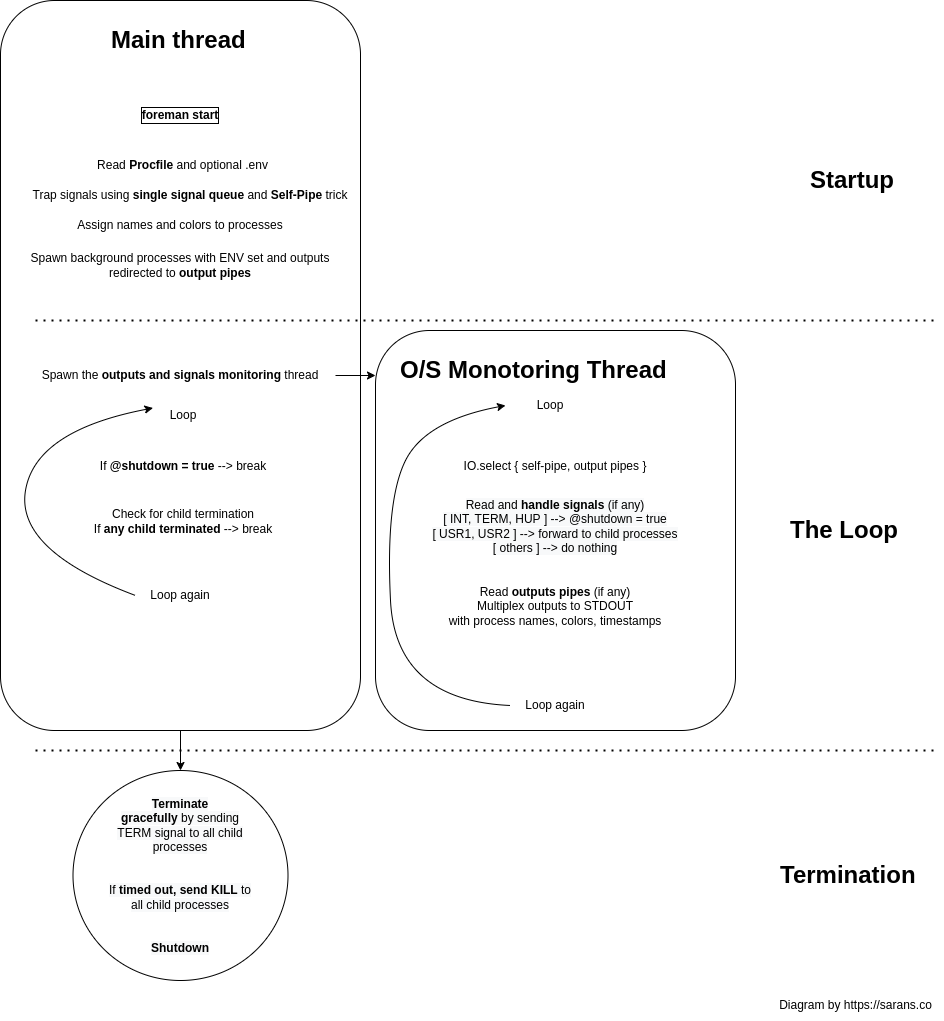
Above: _public/assets/articles/how_foreman_works/foreman.png in sarans21/blog (draw.io), before the change. Source tidied: cells renumbered, new cells last; positions are measured from the earlier drawing's top-left corner, leaving out a move shared by most shapes. Source of this version:
```xml
<mxGraphModel>
  <root>
    <mxCell id="0" />
    <mxCell id="1" parent="0" />
    <mxCell id="2" style="rounded=1;whiteSpace=wrap;html=1;labelBorderColor=default;" parent="1" vertex="1">
      <mxGeometry x="375" y="330" width="360" height="400" as="geometry" />
    </mxCell>
    <mxCell id="3" style="rounded=1;whiteSpace=wrap;html=1;labelBorderColor=default;" parent="1" vertex="1">
      <mxGeometry width="360" height="730" as="geometry" />
    </mxCell>
    <mxCell id="4" value="foreman start" style="text;html=1;strokeColor=none;fillColor=none;align=center;verticalAlign=middle;whiteSpace=wrap;rounded=0;fontStyle=1;labelBorderColor=default;" parent="1" vertex="1">
      <mxGeometry x="135" y="100" width="90" height="30" as="geometry" />
    </mxCell>
    <mxCell id="5" style="ellipse;whiteSpace=wrap;html=1;" parent="1" vertex="1">
      <mxGeometry x="72.5" y="770" width="215" height="210" as="geometry" />
    </mxCell>
    <mxCell id="6" style="endArrow=none;dashed=1;html=1;dashPattern=1 3;strokeWidth=2;rounded=0;" parent="1" edge="1">
      <mxGeometry relative="1" as="geometry">
        <mxPoint x="35" y="320" as="sourcePoint" />
        <mxPoint x="935" y="320" as="targetPoint" />
      </mxGeometry>
    </mxCell>
    <mxCell id="7" value="Read &lt;b&gt;Procfile&lt;/b&gt; and optional .env" style="text;html=1;strokeColor=none;fillColor=none;align=center;verticalAlign=middle;whiteSpace=wrap;rounded=0;" parent="1" vertex="1">
      <mxGeometry x="95" y="150" width="175" height="30" as="geometry" />
    </mxCell>
    <mxCell id="8" value="&lt;h1&gt;Startup&lt;/h1&gt;" style="text;html=1;strokeColor=none;fillColor=none;spacing=5;spacingTop=-20;whiteSpace=wrap;overflow=hidden;rounded=0;" parent="1" vertex="1">
      <mxGeometry x="805" y="160" width="100" height="50" as="geometry" />
    </mxCell>
    <mxCell id="9" value="&lt;h1&gt;The Loop&lt;/h1&gt;" style="text;html=1;strokeColor=none;fillColor=none;spacing=5;spacingTop=-20;whiteSpace=wrap;overflow=hidden;rounded=0;" parent="1" vertex="1">
      <mxGeometry x="785" y="510" width="140" height="50" as="geometry" />
    </mxCell>
    <mxCell id="10" value="Spawn background processes with ENV set and outputs redirected to &lt;b&gt;output pipes&lt;/b&gt;" style="text;html=1;strokeColor=none;fillColor=none;align=center;verticalAlign=middle;whiteSpace=wrap;rounded=0;" parent="1" vertex="1">
      <mxGeometry x="10" y="250" width="340" height="30" as="geometry" />
    </mxCell>
    <mxCell id="11" value="Assign names and colors to processes" style="text;html=1;strokeColor=none;fillColor=none;align=center;verticalAlign=middle;whiteSpace=wrap;rounded=0;" parent="1" vertex="1">
      <mxGeometry x="60" y="210" width="240" height="30" as="geometry" />
    </mxCell>
    <mxCell id="12" value="&lt;h1&gt;Main thread&lt;/h1&gt;" style="text;html=1;strokeColor=none;fillColor=none;spacing=5;spacingTop=-20;whiteSpace=wrap;overflow=hidden;rounded=0;" parent="1" vertex="1">
      <mxGeometry x="106.2" y="20" width="152.5" height="50" as="geometry" />
    </mxCell>
    <mxCell id="13" value="Trap signals using &lt;b&gt;single signal queue&lt;/b&gt; and &lt;b&gt;Self-Pipe&lt;/b&gt; trick" style="text;html=1;strokeColor=none;fillColor=none;align=center;verticalAlign=middle;whiteSpace=wrap;rounded=0;" parent="1" vertex="1">
      <mxGeometry x="25" y="180" width="330" height="30" as="geometry" />
    </mxCell>
    <mxCell id="14" value="&lt;h1&gt;O/S Monotoring Thread&lt;/h1&gt;" style="text;html=1;strokeColor=none;fillColor=none;spacing=5;spacingTop=-20;whiteSpace=wrap;overflow=hidden;rounded=0;" parent="1" vertex="1">
      <mxGeometry x="395" y="350" width="320" height="50" as="geometry" />
    </mxCell>
    <mxCell id="15" value="IO.select { self-pipe, output pipes }" style="text;html=1;strokeColor=none;fillColor=none;align=center;verticalAlign=middle;whiteSpace=wrap;rounded=0;" parent="1" vertex="1">
      <mxGeometry x="435" y="451" width="240" height="30" as="geometry" />
    </mxCell>
    <mxCell id="16" value="Spawn the&lt;b&gt; outputs and signals monitoring&lt;/b&gt; thread" style="text;html=1;strokeColor=none;fillColor=none;align=center;verticalAlign=middle;whiteSpace=wrap;rounded=0;" parent="1" vertex="1">
      <mxGeometry x="25" y="360" width="310" height="30" as="geometry" />
    </mxCell>
    <mxCell id="17" style="endArrow=classic;html=1;rounded=0;exitX=1;exitY=0.5;exitDx=0;exitDy=0;" parent="1" edge="1" source="16">
      <mxGeometry relative="1" as="geometry">
        <mxPoint x="375" y="375" as="targetPoint" />
      </mxGeometry>
    </mxCell>
    <mxCell id="18" value="Read &lt;b&gt;outputs pipes&lt;/b&gt; (if any)&lt;br&gt;Multiplex outputs to STDOUT&lt;br&gt;with process names, colors, timestamps" style="text;html=1;strokeColor=none;fillColor=none;align=center;verticalAlign=middle;whiteSpace=wrap;rounded=0;" parent="1" vertex="1">
      <mxGeometry x="435" y="571" width="240" height="70" as="geometry" />
    </mxCell>
    <mxCell id="19" style="curved=1;endArrow=classic;html=1;rounded=0;entryX=0;entryY=0.5;entryDx=0;entryDy=0;exitX=0;exitY=0.5;exitDx=0;exitDy=0;" parent="1" edge="1" source="21" target="23">
      <mxGeometry relative="1" as="geometry">
        <Array as="points">
          <mxPoint x="395" y="700" />
          <mxPoint x="385" y="500" />
          <mxPoint x="425" y="420" />
        </Array>
      </mxGeometry>
    </mxCell>
    <mxCell id="20" value="&lt;span style=&quot;color: rgb(0, 0, 0); font-family: Helvetica; font-size: 12px; font-style: normal; font-variant-ligatures: normal; font-variant-caps: normal; font-weight: 400; letter-spacing: normal; orphans: 2; text-indent: 0px; text-transform: none; widows: 2; word-spacing: 0px; -webkit-text-stroke-width: 0px; background-color: rgb(248, 249, 250); text-decoration-thickness: initial; text-decoration-style: initial; text-decoration-color: initial; float: none; display: inline !important;&quot;&gt;Read and &lt;/span&gt;&lt;span style=&quot;color: rgb(0, 0, 0); font-family: Helvetica; font-size: 12px; font-style: normal; font-variant-ligatures: normal; font-variant-caps: normal; letter-spacing: normal; orphans: 2; text-indent: 0px; text-transform: none; widows: 2; word-spacing: 0px; -webkit-text-stroke-width: 0px; background-color: rgb(248, 249, 250); text-decoration-thickness: initial; text-decoration-style: initial; text-decoration-color: initial; float: none; display: inline !important;&quot;&gt;&lt;b&gt;handle signals&lt;/b&gt;&lt;/span&gt;&lt;span style=&quot;color: rgb(0, 0, 0); font-family: Helvetica; font-size: 12px; font-style: normal; font-variant-ligatures: normal; font-variant-caps: normal; font-weight: 400; letter-spacing: normal; orphans: 2; text-indent: 0px; text-transform: none; widows: 2; word-spacing: 0px; -webkit-text-stroke-width: 0px; background-color: rgb(248, 249, 250); text-decoration-thickness: initial; text-decoration-style: initial; text-decoration-color: initial; float: none; display: inline !important;&quot;&gt; (if any)&lt;/span&gt;&lt;br style=&quot;color: rgb(0, 0, 0); font-family: Helvetica; font-size: 12px; font-style: normal; font-variant-ligatures: normal; font-variant-caps: normal; font-weight: 400; letter-spacing: normal; orphans: 2; text-indent: 0px; text-transform: none; widows: 2; word-spacing: 0px; -webkit-text-stroke-width: 0px; background-color: rgb(248, 249, 250); text-decoration-thickness: initial; text-decoration-style: initial; text-decoration-color: initial;&quot;&gt;&lt;span style=&quot;color: rgb(0, 0, 0); font-family: Helvetica; font-size: 12px; font-style: normal; font-variant-ligatures: normal; font-variant-caps: normal; font-weight: 400; letter-spacing: normal; orphans: 2; text-indent: 0px; text-transform: none; widows: 2; word-spacing: 0px; -webkit-text-stroke-width: 0px; background-color: rgb(248, 249, 250); text-decoration-thickness: initial; text-decoration-style: initial; text-decoration-color: initial; float: none; display: inline !important;&quot;&gt;[ INT, TERM, HUP ] --&amp;gt; @shutdown = true&lt;/span&gt;&lt;br style=&quot;color: rgb(0, 0, 0); font-family: Helvetica; font-size: 12px; font-style: normal; font-variant-ligatures: normal; font-variant-caps: normal; font-weight: 400; letter-spacing: normal; orphans: 2; text-indent: 0px; text-transform: none; widows: 2; word-spacing: 0px; -webkit-text-stroke-width: 0px; background-color: rgb(248, 249, 250); text-decoration-thickness: initial; text-decoration-style: initial; text-decoration-color: initial;&quot;&gt;&lt;span style=&quot;color: rgb(0, 0, 0); font-family: Helvetica; font-size: 12px; font-style: normal; font-variant-ligatures: normal; font-variant-caps: normal; font-weight: 400; letter-spacing: normal; orphans: 2; text-indent: 0px; text-transform: none; widows: 2; word-spacing: 0px; -webkit-text-stroke-width: 0px; background-color: rgb(248, 249, 250); text-decoration-thickness: initial; text-decoration-style: initial; text-decoration-color: initial; float: none; display: inline !important;&quot;&gt;[ USR1, USR2 ] --&amp;gt; forward to child processes&lt;br&gt;[ others ] --&amp;gt; do nothing&lt;br&gt;&lt;/span&gt;" style="text;whiteSpace=wrap;html=1;align=center;" parent="1" vertex="1">
      <mxGeometry x="420" y="491" width="270" height="60" as="geometry" />
    </mxCell>
    <mxCell id="21" value="Loop again" style="text;html=1;strokeColor=none;fillColor=none;align=center;verticalAlign=middle;whiteSpace=wrap;rounded=0;" parent="1" vertex="1">
      <mxGeometry x="510" y="690" width="90" height="30" as="geometry" />
    </mxCell>
    <mxCell id="22" value="Loop&lt;br&gt;" style="text;html=1;strokeColor=none;fillColor=none;align=center;verticalAlign=middle;whiteSpace=wrap;rounded=0;" parent="1" vertex="1">
      <mxGeometry x="152.5" y="400" width="60" height="30" as="geometry" />
    </mxCell>
    <mxCell id="23" value="Loop" style="text;html=1;strokeColor=none;fillColor=none;align=center;verticalAlign=middle;whiteSpace=wrap;rounded=0;" parent="1" vertex="1">
      <mxGeometry x="505" y="390" width="90" height="30" as="geometry" />
    </mxCell>
    <mxCell id="24" value="If &lt;b&gt;@shutdown = true&lt;/b&gt; --&amp;gt; break" style="text;html=1;strokeColor=none;fillColor=none;align=center;verticalAlign=middle;whiteSpace=wrap;rounded=0;" parent="1" vertex="1">
      <mxGeometry x="27.5" y="451" width="310" height="30" as="geometry" />
    </mxCell>
    <mxCell id="25" value="Check for child termination&lt;br&gt;If &lt;b&gt;any child terminated&lt;/b&gt; --&amp;gt; break" style="text;html=1;strokeColor=none;fillColor=none;align=center;verticalAlign=middle;whiteSpace=wrap;rounded=0;" parent="1" vertex="1">
      <mxGeometry x="27.5" y="491" width="310" height="59" as="geometry" />
    </mxCell>
    <mxCell id="26" value="Loop again" style="text;html=1;strokeColor=none;fillColor=none;align=center;verticalAlign=middle;whiteSpace=wrap;rounded=0;" parent="1" vertex="1">
      <mxGeometry x="135" y="580" width="90" height="30" as="geometry" />
    </mxCell>
    <mxCell id="27" style="curved=1;endArrow=classic;html=1;rounded=0;entryX=0;entryY=0.25;entryDx=0;entryDy=0;exitX=0;exitY=0.5;exitDx=0;exitDy=0;" parent="1" edge="1" source="26" target="22">
      <mxGeometry relative="1" as="geometry">
        <Array as="points">
          <mxPoint x="15" y="550" />
          <mxPoint x="35" y="430" />
        </Array>
      </mxGeometry>
    </mxCell>
    <mxCell id="28" value="&lt;b style=&quot;color: rgb(0, 0, 0); font-family: Helvetica; font-size: 12px; font-style: normal; font-variant-ligatures: normal; font-variant-caps: normal; letter-spacing: normal; orphans: 2; text-indent: 0px; text-transform: none; widows: 2; word-spacing: 0px; -webkit-text-stroke-width: 0px; background-color: rgb(248, 249, 250); text-decoration-thickness: initial; text-decoration-style: initial; text-decoration-color: initial;&quot;&gt;Terminate&lt;br&gt;gracefully&lt;/b&gt;&lt;span style=&quot;color: rgb(0, 0, 0); font-family: Helvetica; font-size: 12px; font-style: normal; font-variant-ligatures: normal; font-variant-caps: normal; font-weight: 400; letter-spacing: normal; orphans: 2; text-indent: 0px; text-transform: none; widows: 2; word-spacing: 0px; -webkit-text-stroke-width: 0px; background-color: rgb(248, 249, 250); text-decoration-thickness: initial; text-decoration-style: initial; text-decoration-color: initial; float: none; display: inline !important;&quot;&gt;&lt;span&gt;&amp;nbsp;&lt;/span&gt;by sending TERM signal to all child processes&lt;br&gt;&lt;/span&gt;&lt;br style=&quot;color: rgb(0, 0, 0); font-family: Helvetica; font-size: 12px; font-style: normal; font-variant-ligatures: normal; font-variant-caps: normal; font-weight: 400; letter-spacing: normal; orphans: 2; text-indent: 0px; text-transform: none; widows: 2; word-spacing: 0px; -webkit-text-stroke-width: 0px; background-color: rgb(248, 249, 250); text-decoration-thickness: initial; text-decoration-style: initial; text-decoration-color: initial;&quot;&gt;&lt;br style=&quot;color: rgb(0, 0, 0); font-family: Helvetica; font-size: 12px; font-style: normal; font-variant-ligatures: normal; font-variant-caps: normal; font-weight: 400; letter-spacing: normal; orphans: 2; text-indent: 0px; text-transform: none; widows: 2; word-spacing: 0px; -webkit-text-stroke-width: 0px; background-color: rgb(248, 249, 250); text-decoration-thickness: initial; text-decoration-style: initial; text-decoration-color: initial;&quot;&gt;&lt;span style=&quot;color: rgb(0, 0, 0); font-family: Helvetica; font-size: 12px; font-style: normal; font-variant-ligatures: normal; font-variant-caps: normal; font-weight: 400; letter-spacing: normal; orphans: 2; text-indent: 0px; text-transform: none; widows: 2; word-spacing: 0px; -webkit-text-stroke-width: 0px; background-color: rgb(248, 249, 250); text-decoration-thickness: initial; text-decoration-style: initial; text-decoration-color: initial; float: none; display: inline !important;&quot;&gt;If&lt;span&gt;&amp;nbsp;&lt;/span&gt;&lt;/span&gt;&lt;b style=&quot;color: rgb(0, 0, 0); font-family: Helvetica; font-size: 12px; font-style: normal; font-variant-ligatures: normal; font-variant-caps: normal; letter-spacing: normal; orphans: 2; text-indent: 0px; text-transform: none; widows: 2; word-spacing: 0px; -webkit-text-stroke-width: 0px; background-color: rgb(248, 249, 250); text-decoration-thickness: initial; text-decoration-style: initial; text-decoration-color: initial;&quot;&gt;timed out, send KILL&lt;/b&gt;&lt;span style=&quot;color: rgb(0, 0, 0); font-family: Helvetica; font-size: 12px; font-style: normal; font-variant-ligatures: normal; font-variant-caps: normal; font-weight: 400; letter-spacing: normal; orphans: 2; text-indent: 0px; text-transform: none; widows: 2; word-spacing: 0px; -webkit-text-stroke-width: 0px; background-color: rgb(248, 249, 250); text-decoration-thickness: initial; text-decoration-style: initial; text-decoration-color: initial; float: none; display: inline !important;&quot;&gt;&lt;span&gt;&amp;nbsp;&lt;/span&gt;to all child processes&lt;/span&gt;&lt;br style=&quot;color: rgb(0, 0, 0); font-family: Helvetica; font-size: 12px; font-style: normal; font-variant-ligatures: normal; font-variant-caps: normal; font-weight: 400; letter-spacing: normal; orphans: 2; text-indent: 0px; text-transform: none; widows: 2; word-spacing: 0px; -webkit-text-stroke-width: 0px; background-color: rgb(248, 249, 250); text-decoration-thickness: initial; text-decoration-style: initial; text-decoration-color: initial;&quot;&gt;&lt;br&gt;&lt;br style=&quot;color: rgb(0, 0, 0); font-family: Helvetica; font-size: 12px; font-style: normal; font-variant-ligatures: normal; font-variant-caps: normal; font-weight: 400; letter-spacing: normal; orphans: 2; text-indent: 0px; text-transform: none; widows: 2; word-spacing: 0px; -webkit-text-stroke-width: 0px; background-color: rgb(248, 249, 250); text-decoration-thickness: initial; text-decoration-style: initial; text-decoration-color: initial;&quot;&gt;&lt;b style=&quot;color: rgb(0, 0, 0); font-family: Helvetica; font-size: 12px; font-style: normal; font-variant-ligatures: normal; font-variant-caps: normal; letter-spacing: normal; orphans: 2; text-indent: 0px; text-transform: none; widows: 2; word-spacing: 0px; -webkit-text-stroke-width: 0px; background-color: rgb(248, 249, 250); text-decoration-thickness: initial; text-decoration-style: initial; text-decoration-color: initial;&quot;&gt;Shutdown&lt;/b&gt;" style="text;whiteSpace=wrap;html=1;align=center;" parent="1" vertex="1">
      <mxGeometry x="105" y="790" width="150" height="180" as="geometry" />
    </mxCell>
    <mxCell id="29" style="endArrow=classic;html=1;rounded=0;exitX=0.5;exitY=1;exitDx=0;exitDy=0;" parent="1" edge="1" source="3" target="5">
      <mxGeometry relative="1" as="geometry" />
    </mxCell>
    <mxCell id="30" style="endArrow=none;dashed=1;html=1;dashPattern=1 3;strokeWidth=2;rounded=0;" parent="1" edge="1">
      <mxGeometry relative="1" as="geometry">
        <mxPoint x="35" y="750" as="sourcePoint" />
        <mxPoint x="935" y="750" as="targetPoint" />
      </mxGeometry>
    </mxCell>
    <mxCell id="31" value="&lt;h1&gt;Termination&lt;/h1&gt;" style="text;html=1;strokeColor=none;fillColor=none;spacing=5;spacingTop=-20;whiteSpace=wrap;overflow=hidden;rounded=0;" parent="1" vertex="1">
      <mxGeometry x="775" y="855" width="160" height="50" as="geometry" />
    </mxCell>
    <mxCell id="32" value="Diagram by https://sarans.co" style="text;html=1;strokeColor=none;fillColor=none;align=center;verticalAlign=middle;whiteSpace=wrap;rounded=0;fontStyle=0;" parent="1" vertex="1">
      <mxGeometry x="767.5" y="990" width="175" height="30" as="geometry" />
    </mxCell>
  </root>
</mxGraphModel>
```
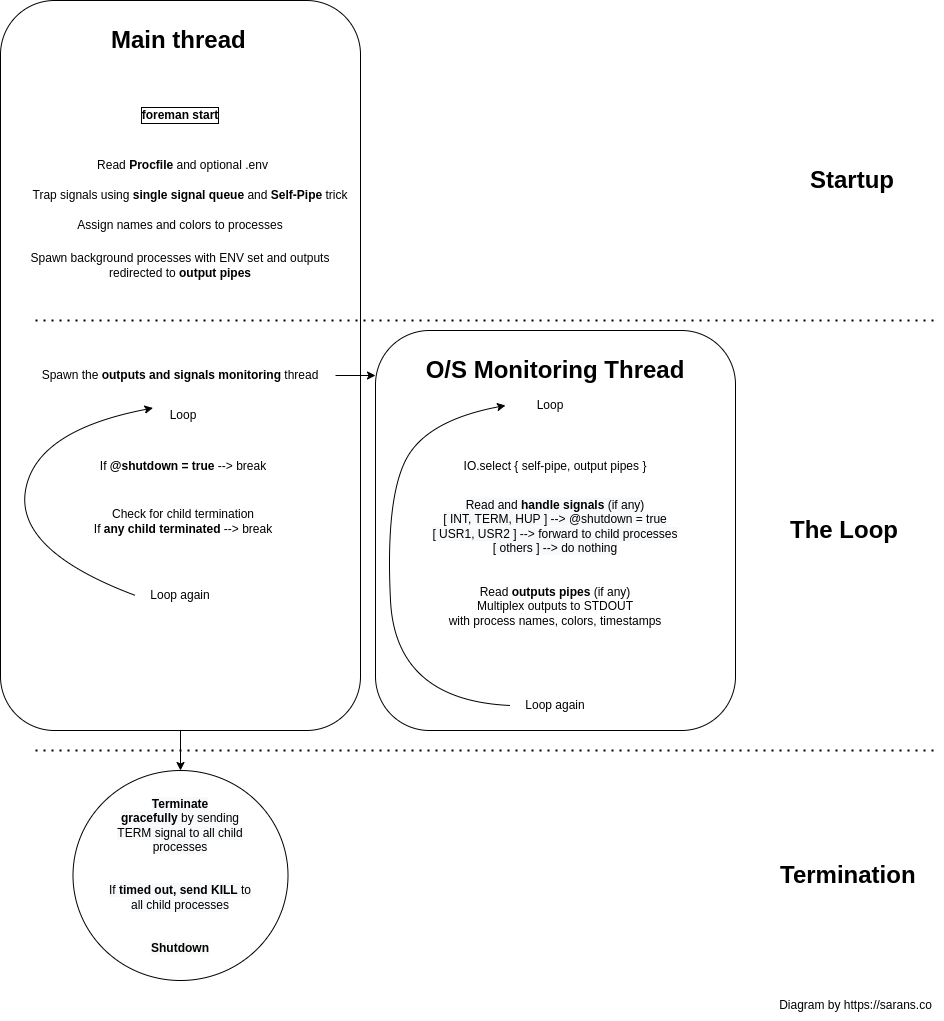
After the commit.

Commit message:
Fix Foreman article typo and adjust CSS for mobile

Change to the diagram source:
```diff
@@ -41,7 +41,7 @@
     <mxCell id="13" value="Trap signals using &lt;b&gt;single signal queue&lt;/b&gt; and &lt;b&gt;Self-Pipe&lt;/b&gt; trick" style="text;html=1;strokeColor=none;fillColor=none;align=center;verticalAlign=middle;whiteSpace=wrap;rounded=0;" parent="1" vertex="1">
       <mxGeometry x="25" y="180" width="330" height="30" as="geometry" />
     </mxCell>
-    <mxCell id="14" value="&lt;h1&gt;O/S Monotoring Thread&lt;/h1&gt;" style="text;html=1;strokeColor=none;fillColor=none;spacing=5;spacingTop=-20;whiteSpace=wrap;overflow=hidden;rounded=0;" parent="1" vertex="1">
+    <mxCell id="14" value="&lt;h1&gt;O/S Monitoring Thread&lt;/h1&gt;" style="text;html=1;strokeColor=none;fillColor=none;spacing=5;spacingTop=-20;whiteSpace=wrap;overflow=hidden;rounded=0;align=center;" parent="1" vertex="1">
       <mxGeometry x="395" y="350" width="320" height="50" as="geometry" />
     </mxCell>
     <mxCell id="15" value="IO.select { self-pipe, output pipes }" style="text;html=1;strokeColor=none;fillColor=none;align=center;verticalAlign=middle;whiteSpace=wrap;rounded=0;" parent="1" vertex="1">
```
